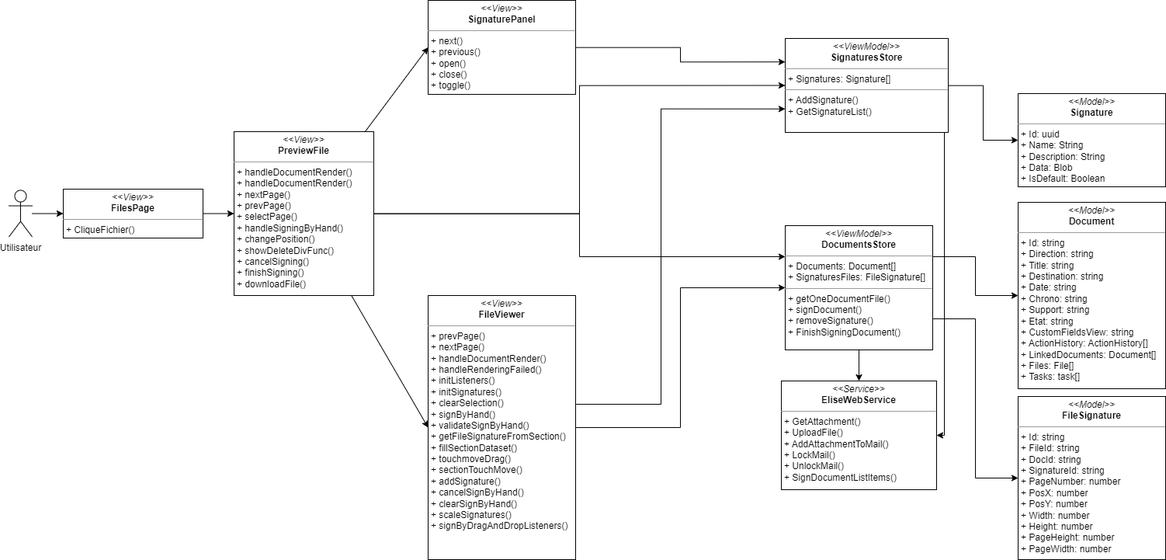
This is images_pfe/dcc_spint4.png from PFE-Neoledge-2023/rapport, a draw.io export, as it was before one commit. Source tidied: cells renumbered, new cells last; positions are measured from the earlier drawing's top-left corner, leaving out a move shared by most shapes.
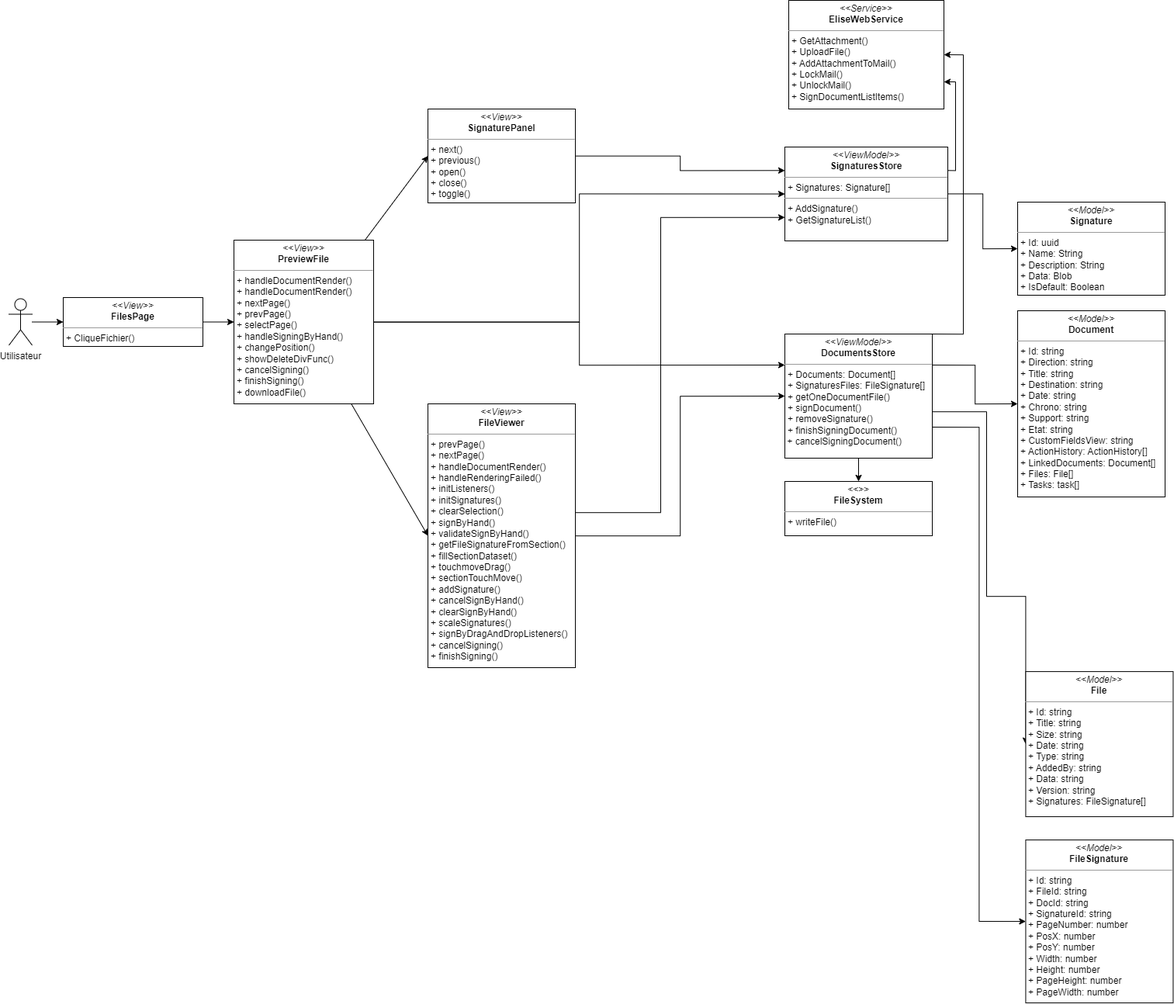
The same diagram one commit later.

Diff of the diagram source:
```diff
@@ -20,10 +20,26 @@
     <mxCell id="7" style="edgeStyle=orthogonalEdgeStyle;rounded=0;html=1;entryX=0;entryY=0.5;entryDx=0;entryDy=0;exitX=1;exitY=0.25;exitDx=0;exitDy=0;" parent="1" edge="1" source="9" target="25">
       <mxGeometry relative="1" as="geometry" />
     </mxCell>
+    <mxCell id="27" style="edgeStyle=orthogonalEdgeStyle;html=1;entryX=0;entryY=0.5;entryDx=0;entryDy=0;rounded=0;" parent="1" edge="1" source="9" target="29">
+      <mxGeometry relative="1" as="geometry">
+        <Array as="points">
+          <mxPoint x="1260" y="390" />
+          <mxPoint x="1260" y="628" />
+        </Array>
+      </mxGeometry>
+    </mxCell>
-    <mxCell id="8" style="edgeStyle=orthogonalEdgeStyle;rounded=0;html=1;entryX=0.5;entryY=0;entryDx=0;entryDy=0;" parent="1" edge="1" source="9" target="26">
-      <mxGeometry relative="1" as="geometry" />
+    <mxCell id="8" style="edgeStyle=orthogonalEdgeStyle;rounded=0;html=1;exitX=1;exitY=0;exitDx=0;exitDy=0;entryX=1;entryY=0.5;entryDx=0;entryDy=0;" parent="1" edge="1" source="9" target="26">
+      <mxGeometry relative="1" as="geometry">
+        <Array as="points">
+          <mxPoint x="1230" y="290" />
+          <mxPoint x="1230" y="-70" />
+        </Array>
+      </mxGeometry>
     </mxCell>
+    <mxCell id="28" style="edgeStyle=orthogonalEdgeStyle;rounded=0;html=1;exitX=0.5;exitY=1;exitDx=0;exitDy=0;entryX=0.5;entryY=0;entryDx=0;entryDy=0;" parent="1" edge="1" source="9" target="30">
+      <mxGeometry relative="1" as="geometry" />
+    </mxCell>
-    <mxCell id="9" value="&lt;p style=&quot;margin:0px;margin-top:4px;text-align:center;&quot;&gt;&lt;i&gt;&amp;lt;&amp;lt;ViewModel&amp;gt;&amp;gt;&lt;/i&gt;&lt;br&gt;&lt;b&gt;DocumentsStore&lt;/b&gt;&lt;/p&gt;&lt;hr size=&quot;1&quot;&gt;&lt;p style=&quot;margin:0px;margin-left:4px;&quot;&gt;&lt;span style=&quot;background-color: initial;&quot;&gt;+ Documents: Document[]&lt;/span&gt;&lt;/p&gt;&lt;p style=&quot;margin:0px;margin-left:4px;&quot;&gt;&lt;span style=&quot;background-color: initial;&quot;&gt;+ SignaturesFiles: FileSignature[]&lt;/span&gt;&lt;/p&gt;&lt;hr size=&quot;1&quot;&gt;&lt;p style=&quot;margin:0px;margin-left:4px;&quot;&gt;+&amp;nbsp;&lt;span style=&quot;background-color: initial;&quot;&gt;getOneDocumentFile()&lt;/span&gt;&lt;/p&gt;&lt;p style=&quot;margin:0px;margin-left:4px;&quot;&gt;+ signDocument()&lt;/p&gt;&lt;p style=&quot;margin:0px;margin-left:4px;&quot;&gt;+ removeSignature()&lt;/p&gt;&lt;p style=&quot;margin:0px;margin-left:4px;&quot;&gt;+ FinishSigningDocument()&lt;br&gt;&lt;/p&gt;&lt;div&gt;&lt;br&gt;&lt;/div&gt;" style="verticalAlign=top;align=left;overflow=fill;fontSize=12;fontFamily=Helvetica;html=1;whiteSpace=wrap;" parent="1" vertex="1">
+    <mxCell id="9" value="&lt;p style=&quot;margin:0px;margin-top:4px;text-align:center;&quot;&gt;&lt;i&gt;&amp;lt;&amp;lt;ViewModel&amp;gt;&amp;gt;&lt;/i&gt;&lt;br&gt;&lt;b&gt;DocumentsStore&lt;/b&gt;&lt;/p&gt;&lt;hr size=&quot;1&quot;&gt;&lt;p style=&quot;margin:0px;margin-left:4px;&quot;&gt;&lt;span style=&quot;background-color: initial;&quot;&gt;+ Documents: Document[]&lt;/span&gt;&lt;/p&gt;&lt;p style=&quot;margin:0px;margin-left:4px;&quot;&gt;&lt;span style=&quot;background-color: initial;&quot;&gt;+ SignaturesFiles: FileSignature[]&lt;/span&gt;&lt;/p&gt;&lt;p style=&quot;margin:0px;margin-left:4px;&quot;&gt;+&amp;nbsp;&lt;span style=&quot;background-color: initial;&quot;&gt;getOneDocumentFile()&lt;/span&gt;&lt;/p&gt;&lt;p style=&quot;margin:0px;margin-left:4px;&quot;&gt;+ signDocument()&lt;/p&gt;&lt;p style=&quot;margin:0px;margin-left:4px;&quot;&gt;+ removeSignature()&lt;/p&gt;&lt;p style=&quot;margin:0px;margin-left:4px;&quot;&gt;+ finishSigningDocument()&lt;br&gt;&lt;/p&gt;&lt;div&gt;&amp;nbsp;+ cancelSigningDocument()&lt;br&gt;&lt;/div&gt;&lt;div&gt;&lt;br&gt;&lt;/div&gt;" style="verticalAlign=top;align=left;overflow=fill;fontSize=12;fontFamily=Helvetica;html=1;whiteSpace=wrap;" parent="1" vertex="1">
       <mxGeometry x="1000" y="290" width="190" height="160" as="geometry" />
     </mxCell>
     <mxCell id="10" value="&lt;p style=&quot;margin:0px;margin-top:4px;text-align:center;&quot;&gt;&lt;i&gt;&amp;lt;&amp;lt;Model&amp;gt;&amp;gt;&lt;/i&gt;&lt;br&gt;&lt;b&gt;Signature&lt;/b&gt;&lt;/p&gt;&lt;hr size=&quot;1&quot;&gt;&lt;p style=&quot;margin:0px;margin-left:4px;&quot;&gt;+ Id: uuid&lt;br&gt;&lt;/p&gt;&lt;p style=&quot;margin:0px;margin-left:4px;&quot;&gt;+ Name: String&lt;/p&gt;&lt;p style=&quot;margin:0px;margin-left:4px;&quot;&gt;+ Description: String&lt;/p&gt;&lt;p style=&quot;margin:0px;margin-left:4px;&quot;&gt;+ Data: Blob&lt;/p&gt;&lt;p style=&quot;margin:0px;margin-left:4px;&quot;&gt;+ IsDefault: Boolean&lt;/p&gt;" style="verticalAlign=top;align=left;overflow=fill;fontSize=12;fontFamily=Helvetica;html=1;whiteSpace=wrap;" parent="1" vertex="1">
@@ -56,7 +72,7 @@
         </Array>
       </mxGeometry>
     </mxCell>
-    <mxCell id="18" value="&lt;p style=&quot;margin:0px;margin-top:4px;text-align:center;&quot;&gt;&lt;i&gt;&amp;lt;&amp;lt;View&amp;gt;&amp;gt;&lt;/i&gt;&lt;br&gt;&lt;b&gt;FileViewer&lt;/b&gt;&lt;/p&gt;&lt;hr style=&quot;border-color: var(--border-color);&quot; size=&quot;1&quot;&gt;&lt;p style=&quot;border-color: var(--border-color); margin: 0px 0px 0px 4px;&quot;&gt;&lt;span style=&quot;background-color: initial;&quot;&gt;+ prevPage()&lt;/span&gt;&lt;br&gt;&lt;/p&gt;&lt;p style=&quot;border-color: var(--border-color); margin: 0px 0px 0px 4px;&quot;&gt;+ nextPage()&lt;/p&gt;&lt;p style=&quot;border-color: var(--border-color); margin: 0px 0px 0px 4px;&quot;&gt;+ handleDocumentRender()&lt;/p&gt;&lt;p style=&quot;border-color: var(--border-color); margin: 0px 0px 0px 4px;&quot;&gt;+ handleRenderingFailed()&lt;/p&gt;&lt;p style=&quot;border-color: var(--border-color); margin: 0px 0px 0px 4px;&quot;&gt;+ initListeners()&lt;/p&gt;&lt;p style=&quot;border-color: var(--border-color); margin: 0px 0px 0px 4px;&quot;&gt;+ initSignatures()&lt;/p&gt;&lt;p style=&quot;border-color: var(--border-color); margin: 0px 0px 0px 4px;&quot;&gt;+ clearSelection()&lt;/p&gt;&lt;p style=&quot;border-color: var(--border-color); margin: 0px 0px 0px 4px;&quot;&gt;+ signByHand()&lt;/p&gt;&lt;p style=&quot;border-color: var(--border-color); margin: 0px 0px 0px 4px;&quot;&gt;+ validateSignByHand()&lt;/p&gt;&lt;p style=&quot;border-color: var(--border-color); margin: 0px 0px 0px 4px;&quot;&gt;+ getFileSignatureFromSection()&lt;/p&gt;&lt;p style=&quot;border-color: var(--border-color); margin: 0px 0px 0px 4px;&quot;&gt;+ fillSectionDataset()&lt;/p&gt;&lt;p style=&quot;border-color: var(--border-color); margin: 0px 0px 0px 4px;&quot;&gt;+ touchmoveDrag()&lt;/p&gt;&lt;p style=&quot;border-color: var(--border-color); margin: 0px 0px 0px 4px;&quot;&gt;+ sectionTouchMove()&lt;/p&gt;&lt;p style=&quot;border-color: var(--border-color); margin: 0px 0px 0px 4px;&quot;&gt;+ addSignature()&lt;/p&gt;&lt;p style=&quot;border-color: var(--border-color); margin: 0px 0px 0px 4px;&quot;&gt;+ cancelSignByHand()&lt;/p&gt;&lt;p style=&quot;border-color: var(--border-color); margin: 0px 0px 0px 4px;&quot;&gt;+ clearSignByHand()&lt;/p&gt;&lt;p style=&quot;border-color: var(--border-color); margin: 0px 0px 0px 4px;&quot;&gt;+ scaleSignatures()&lt;/p&gt;&lt;p style=&quot;border-color: var(--border-color); margin: 0px 0px 0px 4px;&quot;&gt;+ signByDragAndDropListeners()&lt;/p&gt;" style="verticalAlign=top;align=left;overflow=fill;fontSize=12;fontFamily=Helvetica;html=1;whiteSpace=wrap;" parent="1" vertex="1">
+    <mxCell id="18" value="&lt;p style=&quot;margin:0px;margin-top:4px;text-align:center;&quot;&gt;&lt;i&gt;&amp;lt;&amp;lt;View&amp;gt;&amp;gt;&lt;/i&gt;&lt;br&gt;&lt;b&gt;FileViewer&lt;/b&gt;&lt;/p&gt;&lt;hr style=&quot;border-color: var(--border-color);&quot; size=&quot;1&quot;&gt;&lt;p style=&quot;border-color: var(--border-color); margin: 0px 0px 0px 4px;&quot;&gt;&lt;span style=&quot;background-color: initial;&quot;&gt;+ prevPage()&lt;/span&gt;&lt;br&gt;&lt;/p&gt;&lt;p style=&quot;border-color: var(--border-color); margin: 0px 0px 0px 4px;&quot;&gt;+ nextPage()&lt;/p&gt;&lt;p style=&quot;border-color: var(--border-color); margin: 0px 0px 0px 4px;&quot;&gt;+ handleDocumentRender()&lt;/p&gt;&lt;p style=&quot;border-color: var(--border-color); margin: 0px 0px 0px 4px;&quot;&gt;+ handleRenderingFailed()&lt;/p&gt;&lt;p style=&quot;border-color: var(--border-color); margin: 0px 0px 0px 4px;&quot;&gt;+ initListeners()&lt;/p&gt;&lt;p style=&quot;border-color: var(--border-color); margin: 0px 0px 0px 4px;&quot;&gt;+ initSignatures()&lt;/p&gt;&lt;p style=&quot;border-color: var(--border-color); margin: 0px 0px 0px 4px;&quot;&gt;+ clearSelection()&lt;/p&gt;&lt;p style=&quot;border-color: var(--border-color); margin: 0px 0px 0px 4px;&quot;&gt;+ signByHand()&lt;/p&gt;&lt;p style=&quot;border-color: var(--border-color); margin: 0px 0px 0px 4px;&quot;&gt;+ validateSignByHand()&lt;/p&gt;&lt;p style=&quot;border-color: var(--border-color); margin: 0px 0px 0px 4px;&quot;&gt;+ getFileSignatureFromSection()&lt;/p&gt;&lt;p style=&quot;border-color: var(--border-color); margin: 0px 0px 0px 4px;&quot;&gt;+ fillSectionDataset()&lt;/p&gt;&lt;p style=&quot;border-color: var(--border-color); margin: 0px 0px 0px 4px;&quot;&gt;+ touchmoveDrag()&lt;/p&gt;&lt;p style=&quot;border-color: var(--border-color); margin: 0px 0px 0px 4px;&quot;&gt;+ sectionTouchMove()&lt;/p&gt;&lt;p style=&quot;border-color: var(--border-color); margin: 0px 0px 0px 4px;&quot;&gt;+ addSignature()&lt;/p&gt;&lt;p style=&quot;border-color: var(--border-color); margin: 0px 0px 0px 4px;&quot;&gt;+ cancelSignByHand()&lt;/p&gt;&lt;p style=&quot;border-color: var(--border-color); margin: 0px 0px 0px 4px;&quot;&gt;+ clearSignByHand()&lt;/p&gt;&lt;p style=&quot;border-color: var(--border-color); margin: 0px 0px 0px 4px;&quot;&gt;+ scaleSignatures()&lt;/p&gt;&lt;p style=&quot;border-color: var(--border-color); margin: 0px 0px 0px 4px;&quot;&gt;+ signByDragAndDropListeners()&lt;/p&gt;&lt;p style=&quot;border-color: var(--border-color); margin: 0px 0px 0px 4px;&quot;&gt;+&amp;nbsp;&lt;span style=&quot;background-color: initial;&quot;&gt;cancelSigning()&lt;/span&gt;&lt;/p&gt;&lt;p style=&quot;border-color: var(--border-color); margin: 0px 0px 0px 4px;&quot;&gt;+ finishSigning()&lt;/p&gt;" style="verticalAlign=top;align=left;overflow=fill;fontSize=12;fontFamily=Helvetica;html=1;whiteSpace=wrap;" parent="1" vertex="1">
       <mxGeometry x="540" y="380" width="190" height="340" as="geometry" />
     </mxCell>
     <mxCell id="19" style="edgeStyle=orthogonalEdgeStyle;rounded=0;html=1;entryX=0;entryY=0.25;entryDx=0;entryDy=0;" parent="1" edge="1" source="20" target="24">
@@ -66,17 +82,13 @@
       <mxGeometry x="540" width="190" height="121" as="geometry" />
     </mxCell>
     <mxCell id="21" value="&lt;p style=&quot;margin:0px;margin-top:4px;text-align:center;&quot;&gt;&lt;i&gt;&amp;lt;&amp;lt;Model&amp;gt;&amp;gt;&lt;/i&gt;&lt;br&gt;&lt;b&gt;FileSignature&lt;/b&gt;&lt;/p&gt;&lt;hr size=&quot;1&quot;&gt;&lt;p style=&quot;margin:0px;margin-left:4px;&quot;&gt;+ Id: string&lt;/p&gt;&lt;p style=&quot;margin:0px;margin-left:4px;&quot;&gt;+ FileId: string&lt;/p&gt;&lt;p style=&quot;margin:0px;margin-left:4px;&quot;&gt;+ DocId: string&lt;/p&gt;&lt;p style=&quot;margin:0px;margin-left:4px;&quot;&gt;+ SignatureId: string&lt;/p&gt;&lt;p style=&quot;margin:0px;margin-left:4px;&quot;&gt;+ PageNumber: number&lt;/p&gt;&lt;p style=&quot;margin:0px;margin-left:4px;&quot;&gt;+ PosX: number&lt;/p&gt;&lt;p style=&quot;margin:0px;margin-left:4px;&quot;&gt;+ PosY: number&lt;/p&gt;&lt;p style=&quot;margin:0px;margin-left:4px;&quot;&gt;+ Width: number&lt;/p&gt;&lt;p style=&quot;margin:0px;margin-left:4px;&quot;&gt;+ Height: number&lt;/p&gt;&lt;p style=&quot;margin:0px;margin-left:4px;&quot;&gt;+ PageHeight: number&lt;/p&gt;&lt;p style=&quot;margin:0px;margin-left:4px;&quot;&gt;+ PageWidth: number&lt;/p&gt;" style="verticalAlign=top;align=left;overflow=fill;fontSize=12;fontFamily=Helvetica;html=1;whiteSpace=wrap;" parent="1" vertex="1">
-      <mxGeometry x="1300" y="510" width="190" height="210" as="geometry" />
+      <mxGeometry x="1310.4" y="942.1" width="190" height="210" as="geometry" />
     </mxCell>
     <mxCell id="22" style="edgeStyle=orthogonalEdgeStyle;html=1;entryX=0;entryY=0.5;entryDx=0;entryDy=0;rounded=0;" parent="1" edge="1" source="24" target="10">
       <mxGeometry relative="1" as="geometry" />
     </mxCell>
-    <mxCell id="23" style="edgeStyle=orthogonalEdgeStyle;rounded=0;html=1;entryX=1;entryY=0.5;entryDx=0;entryDy=0;" parent="1" edge="1" source="24" target="26">
-      <mxGeometry relative="1" as="geometry">
-        <Array as="points">
-          <mxPoint x="1205" y="560" />
-        </Array>
-      </mxGeometry>
+    <mxCell id="23" style="edgeStyle=orthogonalEdgeStyle;rounded=0;html=1;exitX=1;exitY=0.25;exitDx=0;exitDy=0;entryX=1;entryY=0.75;entryDx=0;entryDy=0;" parent="1" edge="1" source="24" target="26">
+      <mxGeometry relative="1" as="geometry" />
     </mxCell>
     <mxCell id="24" value="&lt;p style=&quot;margin:0px;margin-top:4px;text-align:center;&quot;&gt;&lt;i&gt;&amp;lt;&amp;lt;ViewModel&amp;gt;&amp;gt;&lt;/i&gt;&lt;br&gt;&lt;b&gt;SignaturesStore&lt;/b&gt;&lt;/p&gt;&lt;hr size=&quot;1&quot;&gt;&lt;p style=&quot;margin:0px;margin-left:4px;&quot;&gt;+ Signatures: Signature[]&lt;/p&gt;&lt;hr size=&quot;1&quot;&gt;&lt;p style=&quot;margin:0px;margin-left:4px;&quot;&gt;+ A&lt;span style=&quot;background-color: initial;&quot;&gt;ddSignature()&lt;/span&gt;&lt;/p&gt;&lt;p style=&quot;margin:0px;margin-left:4px;&quot;&gt;&lt;span style=&quot;background-color: initial;&quot;&gt;+ GetSignatureList()&lt;/span&gt;&lt;br&gt;&lt;/p&gt;&lt;p style=&quot;margin:0px;margin-left:4px;&quot;&gt;&lt;br&gt;&lt;/p&gt;" style="verticalAlign=top;align=left;overflow=fill;fontSize=12;fontFamily=Helvetica;html=1;whiteSpace=wrap;" parent="1" vertex="1">
       <mxGeometry x="1000" y="49" width="210" height="121" as="geometry" />
@@ -85,7 +97,13 @@
       <mxGeometry x="1300" y="260" width="190" height="240" as="geometry" />
     </mxCell>
     <mxCell id="26" value="&lt;p style=&quot;margin:0px;margin-top:4px;text-align:center;&quot;&gt;&lt;i&gt;&amp;lt;&amp;lt;Service&amp;gt;&amp;gt;&lt;/i&gt;&lt;br&gt;&lt;b&gt;EliseWebService&lt;/b&gt;&lt;/p&gt;&lt;hr size=&quot;1&quot;&gt;&lt;p style=&quot;margin:0px;margin-left:4px;&quot;&gt;&lt;/p&gt;&lt;p style=&quot;margin:0px;margin-left:4px;&quot;&gt;+&amp;nbsp;&lt;span style=&quot;background-color: initial;&quot;&gt;GetAttachment()&lt;/span&gt;&lt;/p&gt;&lt;p style=&quot;margin:0px;margin-left:4px;&quot;&gt;+ UploadFile()&lt;/p&gt;&lt;p style=&quot;margin:0px;margin-left:4px;&quot;&gt;+ AddAttachmentToMail()&lt;/p&gt;&lt;p style=&quot;margin:0px;margin-left:4px;&quot;&gt;+ LockMail()&lt;/p&gt;&lt;p style=&quot;margin:0px;margin-left:4px;&quot;&gt;+ UnlockMail()&lt;/p&gt;&lt;p style=&quot;margin:0px;margin-left:4px;&quot;&gt;+ SignDocumentListItems()&lt;/p&gt;" style="verticalAlign=top;align=left;overflow=fill;fontSize=12;fontFamily=Helvetica;html=1;whiteSpace=wrap;" parent="1" vertex="1">
-      <mxGeometry x="995" y="490" width="200" height="140" as="geometry" />
+      <mxGeometry x="1005" y="-140" width="200" height="140" as="geometry" />
     </mxCell>
+    <mxCell id="29" value="&lt;p style=&quot;margin:0px;margin-top:4px;text-align:center;&quot;&gt;&lt;i&gt;&amp;lt;&amp;lt;Model&amp;gt;&amp;gt;&lt;/i&gt;&lt;br&gt;&lt;b&gt;File&lt;/b&gt;&lt;/p&gt;&lt;hr size=&quot;1&quot;&gt;&lt;p style=&quot;margin:0px;margin-left:4px;&quot;&gt;+ Id: string&lt;/p&gt;&lt;p style=&quot;margin:0px;margin-left:4px;&quot;&gt;+ Title: string&lt;/p&gt;&lt;p style=&quot;margin:0px;margin-left:4px;&quot;&gt;+ Size: string&lt;/p&gt;&lt;p style=&quot;margin:0px;margin-left:4px;&quot;&gt;+ Date: string&lt;/p&gt;&lt;p style=&quot;margin:0px;margin-left:4px;&quot;&gt;+ Type: string&lt;/p&gt;&lt;p style=&quot;margin:0px;margin-left:4px;&quot;&gt;+ AddedBy: string&lt;/p&gt;&lt;p style=&quot;margin:0px;margin-left:4px;&quot;&gt;+ Data: string&lt;/p&gt;&lt;p style=&quot;margin:0px;margin-left:4px;&quot;&gt;+ Version: string&lt;/p&gt;&lt;p style=&quot;margin:0px;margin-left:4px;&quot;&gt;+ Signatures: FileSignature[]&lt;/p&gt;" style="verticalAlign=top;align=left;overflow=fill;fontSize=12;fontFamily=Helvetica;html=1;whiteSpace=wrap;" parent="1" vertex="1">
+      <mxGeometry x="1310.4" y="725.1" width="190" height="187" as="geometry" />
+    </mxCell>
+    <mxCell id="30" value="&lt;p style=&quot;margin:0px;margin-top:4px;text-align:center;&quot;&gt;&lt;i&gt;&amp;lt;&amp;lt;&amp;gt;&amp;gt;&lt;/i&gt;&lt;br&gt;&lt;b&gt;FileSystem&lt;/b&gt;&lt;/p&gt;&lt;hr size=&quot;1&quot;&gt;&lt;p style=&quot;margin:0px;margin-left:4px;&quot;&gt;&lt;span style=&quot;background-color: initial;&quot;&gt;+ writeFile()&lt;/span&gt;&lt;/p&gt;" style="verticalAlign=top;align=left;overflow=fill;fontSize=12;fontFamily=Helvetica;html=1;whiteSpace=wrap;" parent="1" vertex="1">
+      <mxGeometry x="1000" y="480" width="190" height="70" as="geometry" />
+    </mxCell>
   </root>
 </mxGraphModel>
```
